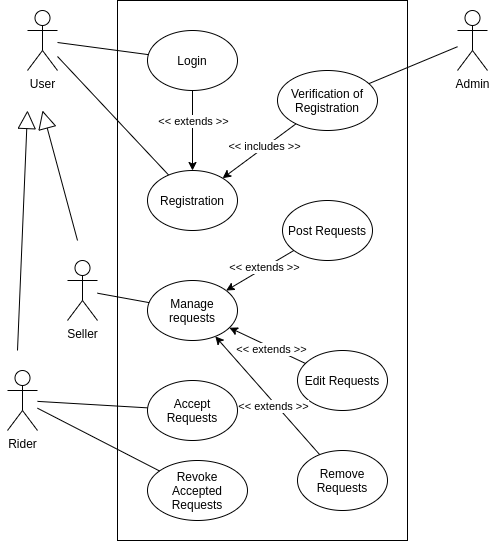
Before: Diagrams/Main Use Cases.png, a diagram exported from draw.io (DIT202003G1/SAD-Assignment). Source tidied: cells renumbered, new cells last; positions are measured from the earlier drawing's top-left corner, leaving out a move shared by most shapes.
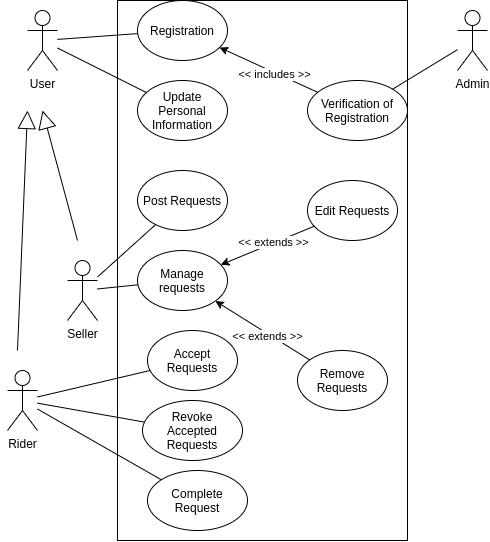
Later version of the same file.

What changed in the source:
```diff
@@ -12,107 +12,100 @@
       <mxGeometry relative="1" as="geometry" />
     </mxCell>
     <mxCell id="5" value="Registration" style="ellipse;whiteSpace=wrap;html=1;" parent="1" vertex="1">
-      <mxGeometry x="140" y="170" width="90" height="60" as="geometry" />
+      <mxGeometry x="130" width="90" height="60" as="geometry" />
     </mxCell>
-    <mxCell id="6" value="Login" style="ellipse;whiteSpace=wrap;html=1;" parent="1" vertex="1">
-      <mxGeometry x="140" y="30" width="90" height="60" as="geometry" />
+    <mxCell id="6" value="Seller" style="shape=umlActor;verticalLabelPosition=bottom;verticalAlign=top;html=1;" parent="1" vertex="1">
+      <mxGeometry x="60" y="260" width="30" height="60" as="geometry" />
     </mxCell>
-    <mxCell id="7" style="endArrow=none;html=1;" parent="1" edge="1" source="3" target="6">
-      <mxGeometry relative="1" as="geometry" />
+    <mxCell id="7" value="Verification of Registration" style="ellipse;whiteSpace=wrap;html=1;" parent="1" vertex="1">
+      <mxGeometry x="300" y="80" width="100" height="60" as="geometry" />
     </mxCell>
-    <mxCell id="8" style="endArrow=classic;html=1;" parent="1" edge="1" source="6" target="5">
+    <mxCell id="8" style="endArrow=classic;html=1;" parent="1" edge="1" source="7" target="5">
       <mxGeometry relative="1" as="geometry" />
     </mxCell>
-    <mxCell id="9" value="&amp;lt;&amp;lt; extends &amp;gt;&amp;gt;" style="edgeLabel;html=1;align=center;verticalAlign=middle;" parent="8" vertex="1">
-      <mxGeometry x="-0.49" y="-2" relative="1" as="geometry">
-        <mxPoint x="2" y="10" as="offset" />
+    <mxCell id="9" value="&amp;lt;&amp;lt; includes &amp;gt;&amp;gt;" style="edgeLabel;html=1;align=center;verticalAlign=middle;" parent="8" vertex="1">
+      <mxGeometry x="-0.19" y="1" relative="1" as="geometry">
+        <mxPoint x="-3.3" y="-1" as="offset" />
       </mxGeometry>
     </mxCell>
-    <mxCell id="10" value="Seller" style="shape=umlActor;verticalLabelPosition=bottom;verticalAlign=top;html=1;" parent="1" vertex="1">
-      <mxGeometry x="60" y="260" width="30" height="60" as="geometry" />
+    <mxCell id="10" style="endArrow=block;endSize=16;endFill=0;html=1;" parent="1" edge="1">
+      <mxGeometry relative="1" as="geometry">
+        <mxPoint x="70" y="240" as="sourcePoint" />
+        <mxPoint x="35" y="110" as="targetPoint" />
+      </mxGeometry>
     </mxCell>
-    <mxCell id="11" value="Verification of Registration" style="ellipse;whiteSpace=wrap;html=1;" parent="1" vertex="1">
-      <mxGeometry x="270" y="70" width="100" height="60" as="geometry" />
+    <mxCell id="11" value="Admin" style="shape=umlActor;verticalLabelPosition=bottom;verticalAlign=top;html=1;" parent="1" vertex="1">
+      <mxGeometry x="450" y="10" width="30" height="60" as="geometry" />
     </mxCell>
-    <mxCell id="12" style="endArrow=classic;html=1;" parent="1" edge="1" source="11" target="5">
+    <mxCell id="12" style="endArrow=none;html=1;" parent="1" edge="1" source="7" target="11">
       <mxGeometry relative="1" as="geometry" />
     </mxCell>
-    <mxCell id="13" value="&amp;lt;&amp;lt; includes &amp;gt;&amp;gt;" style="edgeLabel;html=1;align=center;verticalAlign=middle;points=[];" parent="12" vertex="1">
-      <mxGeometry x="-0.19" y="1" relative="1" as="geometry">
-        <mxPoint x="-3.3" y="-1" as="offset" />
-      </mxGeometry>
+    <mxCell id="13" value="Rider" style="shape=umlActor;verticalLabelPosition=bottom;verticalAlign=top;html=1;" parent="1" vertex="1">
+      <mxGeometry y="370" width="30" height="60" as="geometry" />
     </mxCell>
     <mxCell id="14" style="endArrow=block;endSize=16;endFill=0;html=1;" parent="1" edge="1">
       <mxGeometry relative="1" as="geometry">
-        <mxPoint x="70" y="240" as="sourcePoint" />
-        <mxPoint x="35" y="110" as="targetPoint" />
+        <mxPoint x="10" y="350" as="sourcePoint" />
+        <mxPoint x="20" y="110" as="targetPoint" />
       </mxGeometry>
     </mxCell>
-    <mxCell id="15" value="Admin" style="shape=umlActor;verticalLabelPosition=bottom;verticalAlign=top;html=1;" parent="1" vertex="1">
-      <mxGeometry x="450" y="10" width="30" height="60" as="geometry" />
+    <mxCell id="15" value="Manage requests" style="ellipse;whiteSpace=wrap;html=1;" parent="1" vertex="1">
+      <mxGeometry x="130" y="250" width="90" height="60" as="geometry" />
     </mxCell>
-    <mxCell id="16" style="endArrow=none;html=1;" parent="1" edge="1" source="11" target="15">
-      <mxGeometry relative="1" as="geometry" />
+    <mxCell id="16" value="Post Requests" style="ellipse;whiteSpace=wrap;html=1;" parent="1" vertex="1">
+      <mxGeometry x="130" y="170" width="90" height="60" as="geometry" />
     </mxCell>
-    <mxCell id="17" value="Rider" style="shape=umlActor;verticalLabelPosition=bottom;verticalAlign=top;html=1;" parent="1" vertex="1">
-      <mxGeometry y="370" width="30" height="60" as="geometry" />
+    <mxCell id="17" value="Edit Requests" style="ellipse;whiteSpace=wrap;html=1;" parent="1" vertex="1">
+      <mxGeometry x="300" y="180" width="90" height="60" as="geometry" />
     </mxCell>
-    <mxCell id="18" style="endArrow=block;endSize=16;endFill=0;html=1;" parent="1" edge="1">
-      <mxGeometry relative="1" as="geometry">
-        <mxPoint x="10" y="350" as="sourcePoint" />
-        <mxPoint x="20" y="110" as="targetPoint" />
-      </mxGeometry>
+    <mxCell id="18" value="Remove Requests" style="ellipse;whiteSpace=wrap;html=1;" parent="1" vertex="1">
+      <mxGeometry x="290" y="350" width="90" height="60" as="geometry" />
     </mxCell>
-    <mxCell id="19" value="Manage requests" style="ellipse;whiteSpace=wrap;html=1;" parent="1" vertex="1">
-      <mxGeometry x="140" y="280" width="90" height="60" as="geometry" />
+    <mxCell id="19" style="endArrow=classic;html=1;" parent="1" edge="1" source="17" target="15">
+      <mxGeometry relative="1" as="geometry" />
     </mxCell>
-    <mxCell id="20" value="Post Requests" style="ellipse;whiteSpace=wrap;html=1;" parent="1" vertex="1">
-      <mxGeometry x="275" y="200" width="90" height="60" as="geometry" />
+    <mxCell id="20" value="&amp;lt;&amp;lt; extends &amp;gt;&amp;gt;" style="edgeLabel;html=1;align=center;verticalAlign=middle;points=[];" parent="19" vertex="1">
+      <mxGeometry x="-0.19" y="1" relative="1" as="geometry">
+        <mxPoint x="-3.3" y="-1" as="offset" />
+      </mxGeometry>
     </mxCell>
-    <mxCell id="21" value="Edit Requests" style="ellipse;whiteSpace=wrap;html=1;" parent="1" vertex="1">
-      <mxGeometry x="290" y="350" width="90" height="60" as="geometry" />
+    <mxCell id="21" style="endArrow=classic;html=1;" parent="1" edge="1" source="18" target="15">
+      <mxGeometry relative="1" as="geometry" />
     </mxCell>
-    <mxCell id="22" value="Remove Requests" style="ellipse;whiteSpace=wrap;html=1;" parent="1" vertex="1">
-      <mxGeometry x="290" y="450" width="90" height="60" as="geometry" />
+    <mxCell id="22" value="&amp;lt;&amp;lt; extends &amp;gt;&amp;gt;" style="edgeLabel;html=1;align=center;verticalAlign=middle;points=[];" parent="21" vertex="1">
+      <mxGeometry x="-0.19" y="1" relative="1" as="geometry">
+        <mxPoint x="-3.3" y="-1" as="offset" />
+      </mxGeometry>
     </mxCell>
-    <mxCell id="23" style="endArrow=classic;html=1;" parent="1" edge="1" source="20" target="19">
+    <mxCell id="23" style="endArrow=none;html=1;" parent="1" edge="1" source="6" target="15">
       <mxGeometry relative="1" as="geometry" />
     </mxCell>
-    <mxCell id="24" value="&amp;lt;&amp;lt; extends &amp;gt;&amp;gt;" style="edgeLabel;html=1;align=center;verticalAlign=middle;" parent="23" vertex="1">
-      <mxGeometry x="-0.19" y="1" relative="1" as="geometry">
-        <mxPoint x="-3.3" y="-1" as="offset" />
-      </mxGeometry>
+    <mxCell id="24" style="endArrow=none;html=1;" parent="1" edge="1" source="13" target="25">
+      <mxGeometry relative="1" as="geometry" />
     </mxCell>
-    <mxCell id="25" style="endArrow=classic;html=1;" parent="1" edge="1" source="21" target="19">
-      <mxGeometry relative="1" as="geometry" />
+    <mxCell id="25" value="Accept Requests" style="ellipse;whiteSpace=wrap;html=1;" parent="1" vertex="1">
+      <mxGeometry x="140" y="330" width="90" height="60" as="geometry" />
     </mxCell>
-    <mxCell id="26" value="&amp;lt;&amp;lt; extends &amp;gt;&amp;gt;" style="edgeLabel;html=1;align=center;verticalAlign=middle;points=[];" parent="25" vertex="1">
-      <mxGeometry x="-0.19" y="1" relative="1" as="geometry">
-        <mxPoint x="-3.3" y="-1" as="offset" />
-      </mxGeometry>
+    <mxCell id="26" value="Revoke&lt;br&gt;Accepted Requests" style="ellipse;whiteSpace=wrap;html=1;" parent="1" vertex="1">
+      <mxGeometry x="135" y="400" width="100" height="60" as="geometry" />
     </mxCell>
-    <mxCell id="27" style="endArrow=classic;html=1;" parent="1" edge="1" source="22" target="19">
+    <mxCell id="27" style="endArrow=none;html=1;" parent="1" edge="1" source="13" target="26">
       <mxGeometry relative="1" as="geometry" />
     </mxCell>
-    <mxCell id="28" value="&amp;lt;&amp;lt; extends &amp;gt;&amp;gt;" style="edgeLabel;html=1;align=center;verticalAlign=middle;" parent="27" vertex="1">
-      <mxGeometry x="-0.19" y="1" relative="1" as="geometry">
-        <mxPoint x="-3.3" y="-1" as="offset" />
-      </mxGeometry>
+    <mxCell id="28" style="endArrow=none;html=1;" parent="1" edge="1" source="6" target="16">
+      <mxGeometry relative="1" as="geometry" />
     </mxCell>
-    <mxCell id="29" style="endArrow=none;html=1;" parent="1" edge="1" source="10" target="19">
-      <mxGeometry relative="1" as="geometry" />
+    <mxCell id="29" value="Complete Request" style="ellipse;whiteSpace=wrap;html=1;" parent="1" vertex="1">
+      <mxGeometry x="140" y="470" width="100" height="60" as="geometry" />
     </mxCell>
-    <mxCell id="30" style="endArrow=none;html=1;" parent="1" edge="1" source="17" target="31">
+    <mxCell id="30" style="endArrow=none;html=1;" parent="1" edge="1" source="13" target="29">
       <mxGeometry relative="1" as="geometry" />
     </mxCell>
-    <mxCell id="31" value="Accept Requests" style="ellipse;whiteSpace=wrap;html=1;" parent="1" vertex="1">
-      <mxGeometry x="140" y="380" width="90" height="60" as="geometry" />
+    <mxCell id="31" value="Update Personal Information" style="ellipse;whiteSpace=wrap;html=1;" parent="1" vertex="1">
+      <mxGeometry x="130" y="80" width="90" height="60" as="geometry" />
     </mxCell>
-    <mxCell id="32" value="Revoke&lt;br&gt;Accepted Requests" style="ellipse;whiteSpace=wrap;html=1;" parent="1" vertex="1">
-      <mxGeometry x="140" y="460" width="100" height="60" as="geometry" />
+    <mxCell id="32" style="endArrow=none;html=1;" parent="1" edge="1" source="3" target="31">
+      <mxGeometry relative="1" as="geometry" />
     </mxCell>
-    <mxCell id="33" style="endArrow=none;html=1;" parent="1" edge="1" source="17" target="32">
-      <mxGeometry relative="1" as="geometry" />
-    </mxCell>
   </root>
 </mxGraphModel>
```
